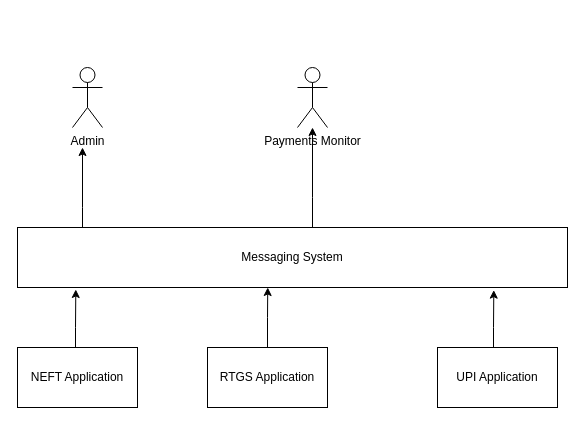
Above: PaymentDashboard.drawio in dinesh-i/payment-business-dashboard (draw.io), before the change. Source tidied: cells renumbered, new cells numbered last; positions are measured from the earlier drawing's top-left corner, leaving out a move shared by most shapes. Both pictures are drawn from the tidied source at 100%, with x=0, y=0 at pixel (17, 67).
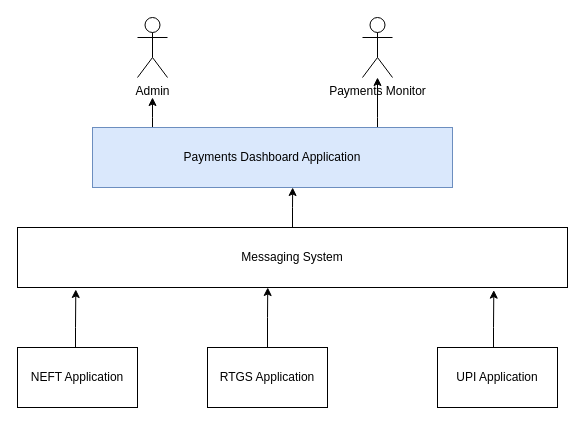
The same diagram, later.

The change refers to these unchanged cells:
```xml
<mxCell id="10" value="Messaging System" style="rounded=0;whiteSpace=wrap;html=1;" parent="1" vertex="1">
  <mxGeometry y="160" width="550" height="60" as="geometry" />
</mxCell>
```

Change to the diagram source:
```diff
@@
-    <mxCell id="8" style="edgeStyle=orthogonalEdgeStyle;rounded=0;jettySize=auto;html=1;" parent="1" edge="1" source="10">
-      <mxGeometry relative="1" as="geometry">
-        <mxPoint x="65" y="80" as="targetPoint" />
-        <Array as="points">
-          <mxPoint x="65" y="140" />
-          <mxPoint x="65" y="140" />
-        </Array>
-      </mxGeometry>
-    </mxCell>
-    <mxCell id="9" style="edgeStyle=orthogonalEdgeStyle;rounded=0;jettySize=auto;html=1;" parent="1" edge="1" source="10" target="12">
-      <mxGeometry relative="1" as="geometry">
-        <Array as="points">
-          <mxPoint x="295" y="130" />
-          <mxPoint x="295" y="130" />
-        </Array>
-      </mxGeometry>
-    </mxCell>
+    <mxCell id="13" style="edgeStyle=orthogonalEdgeStyle;rounded=0;jettySize=auto;html=1;entryX=0.556;entryY=1;entryDx=0;entryDy=0;entryPerimeter=0;" parent="1" edge="1" source="10" target="16">
+      <mxGeometry relative="1" as="geometry" />
+    </mxCell>
@@
     <mxCell id="11" value="Admin" style="shape=umlActor;verticalLabelPosition=bottom;verticalAlign=top;html=1;" parent="1" vertex="1">
-      <mxGeometry x="55" width="30" height="60" as="geometry" />
+      <mxGeometry x="120" y="-50" width="30" height="60" as="geometry" />
     </mxCell>
     <mxCell id="12" value="Payments Monitor" style="shape=umlActor;verticalLabelPosition=bottom;verticalAlign=top;html=1;outlineConnect=0;" parent="1" vertex="1">
-      <mxGeometry x="280" width="30" height="60" as="geometry" />
+      <mxGeometry x="345" y="-50" width="30" height="60" as="geometry" />
     </mxCell>
+    <mxCell id="14" style="edgeStyle=orthogonalEdgeStyle;rounded=0;jettySize=auto;html=1;" parent="1" edge="1" source="16">
+      <mxGeometry relative="1" as="geometry">
+        <mxPoint x="135" y="30" as="targetPoint" />
+        <Array as="points">
+          <mxPoint x="135" y="50" />
+          <mxPoint x="135" y="50" />
+        </Array>
+      </mxGeometry>
+    </mxCell>
+    <mxCell id="15" style="edgeStyle=orthogonalEdgeStyle;rounded=0;jettySize=auto;html=1;" parent="1" edge="1" source="16" target="12">
+      <mxGeometry relative="1" as="geometry">
+        <Array as="points">
+          <mxPoint x="360" y="50" />
+          <mxPoint x="360" y="50" />
+        </Array>
+      </mxGeometry>
+    </mxCell>
+    <mxCell id="16" value="Payments Dashboard Application" style="rounded=0;whiteSpace=wrap;html=1;fillColor=#dae8fc;strokeColor=#6c8ebf;" parent="1" vertex="1">
+      <mxGeometry x="75" y="60" width="360" height="60" as="geometry" />
+    </mxCell>
```
